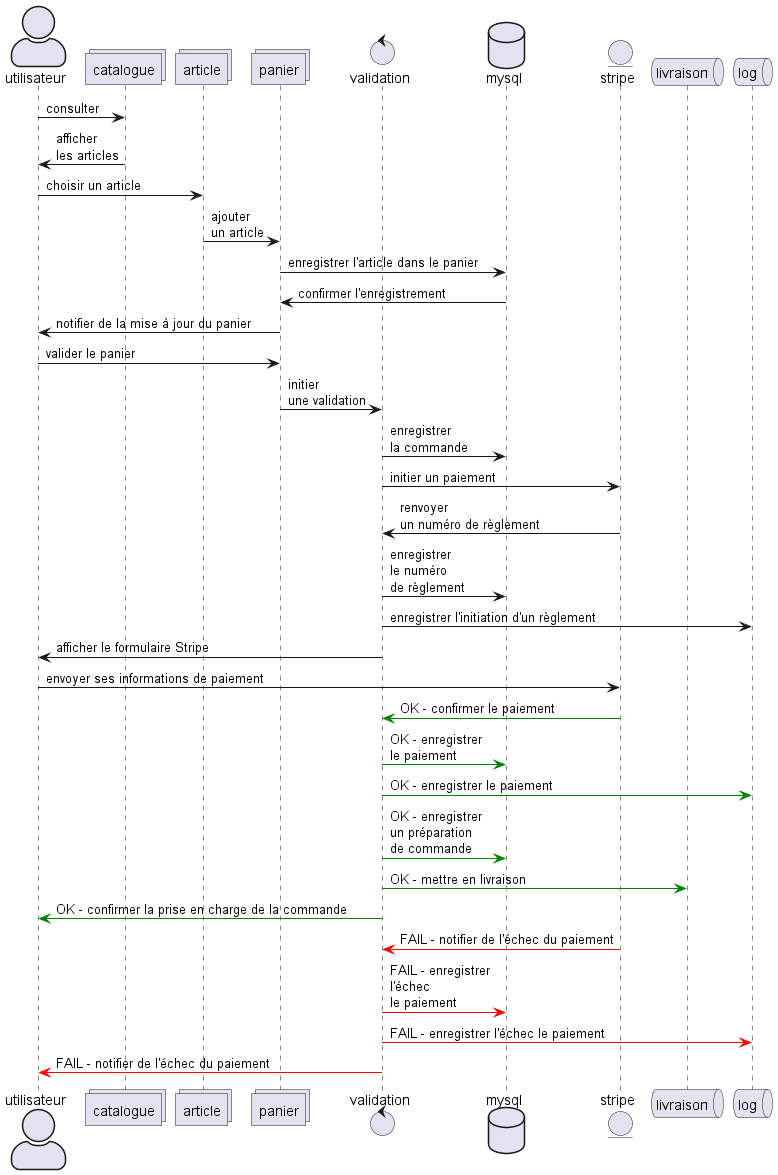
Above: Documentation/Dossier Projets/images/order-sequence.png in wdavid93/Ma_Boutique (PlantUML), before the change. Its diagram source:
```plantuml
@startuml

skinparam actorStyle awesome

actor       utilisateur
collections catalogue
collections article
collections panier
control     validation
database    mysql
entity      stripe
queue       livraison
queue       log

utilisateur -> catalogue : consulter
catalogue -> utilisateur : afficher\nles articles
utilisateur -> article : choisir un article
article -> panier : ajouter\nun article
panier -> mysql : enregistrer l'article dans le panier
mysql -> panier : confirmer l'enregistrement
panier -> utilisateur : notifier de la mise à jour du panier
utilisateur -> panier : valider le panier
panier -> validation : initier\nune validation
validation -> mysql : enregistrer\nla commande
validation -> stripe : initier un paiement
stripe -> validation : renvoyer\nun numéro de règlement
validation -> mysql : enregistrer\nle numéro\nde règlement
validation -> log : enregistrer l'initiation d'un règlement
validation -> utilisateur : afficher le formulaire Stripe
utilisateur -> stripe : envoyer ses informations de paiement
stripe -[#green]> validation : OK - confirmer le paiement
validation -[#green]> mysql : OK - enregistrer\nle paiement
validation -[#green]> log : OK - enregistrer le paiement
validation -[#green]> mysql : OK - enregistrer\nun préparation\nde commande
validation -[#green]> livraison : OK - mettre en livraison
validation -[#green]> utilisateur : OK - confirmer la prise en charge de la commande
stripe -[#red]> validation : FAIL - notifier de l'échec du paiement
validation -[#red]> mysql : FAIL - enregistrer\nl'échec\nle paiement
validation -[#red]> log : FAIL - enregistrer l'échec le paiement
validation -[#red]> utilisateur : FAIL - notifier de l'échec du paiement

@enduml
```
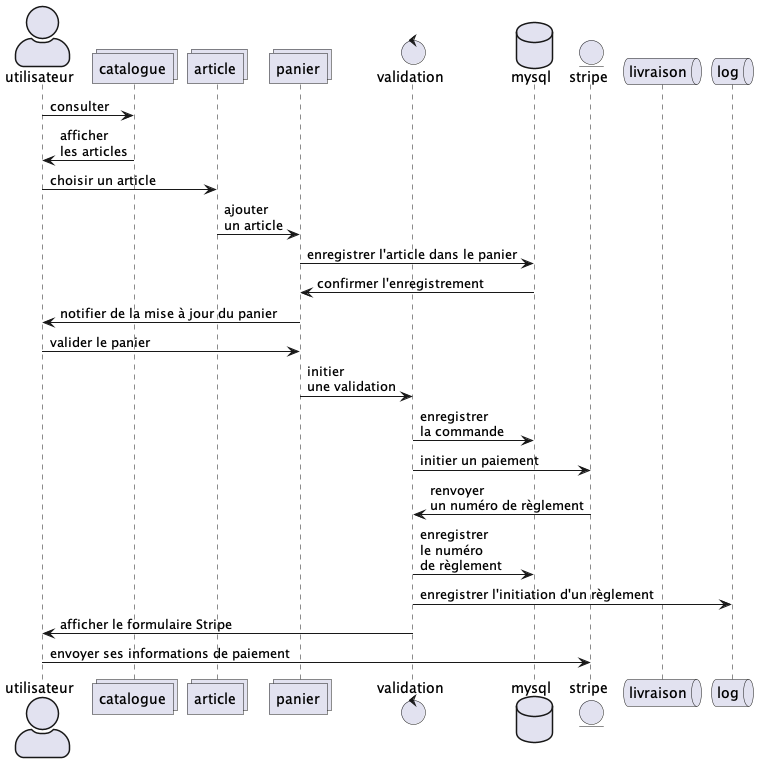
Above is the later version.

The edit, as a diff of the source:
```diff
@@ -28,15 +28,5 @@
 validation -> log : enregistrer l'initiation d'un règlement
 validation -> utilisateur : afficher le formulaire Stripe
 utilisateur -> stripe : envoyer ses informations de paiement
-stripe -[#green]> validation : OK - confirmer le paiement
-validation -[#green]> mysql : OK - enregistrer\nle paiement
-validation -[#green]> log : OK - enregistrer le paiement
-validation -[#green]> mysql : OK - enregistrer\nun préparation\nde commande
-validation -[#green]> livraison : OK - mettre en livraison
-validation -[#green]> utilisateur : OK - confirmer la prise en charge de la commande
-stripe -[#red]> validation : FAIL - notifier de l'échec du paiement
-validation -[#red]> mysql : FAIL - enregistrer\nl'échec\nle paiement
-validation -[#red]> log : FAIL - enregistrer l'échec le paiement
-validation -[#red]> utilisateur : FAIL - notifier de l'échec du paiement
 
 @enduml
```
